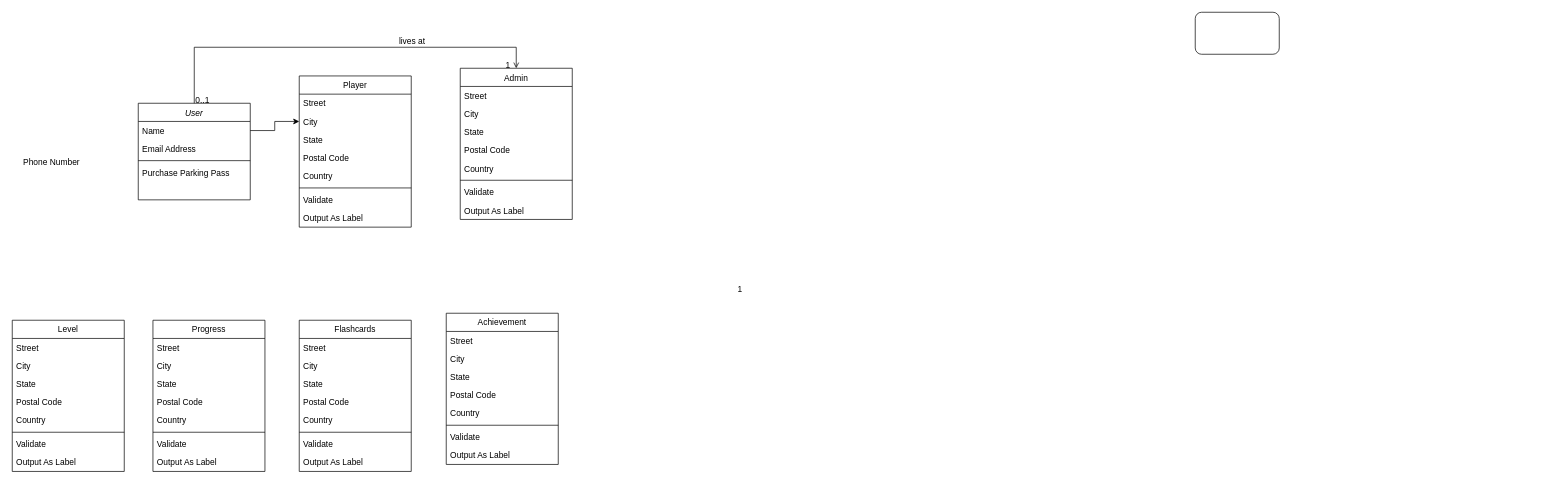
Before: HCIDiagrams.drawio in yzy21cs/Diagrams, a draw.io diagram. Source tidied: cells renumbered, new cells numbered last; positions are measured from the earlier drawing's top-left corner, leaving out a move shared by most shapes. Both pictures are drawn from the tidied source at 70%, with x=0, y=0 at pixel (12, 12).
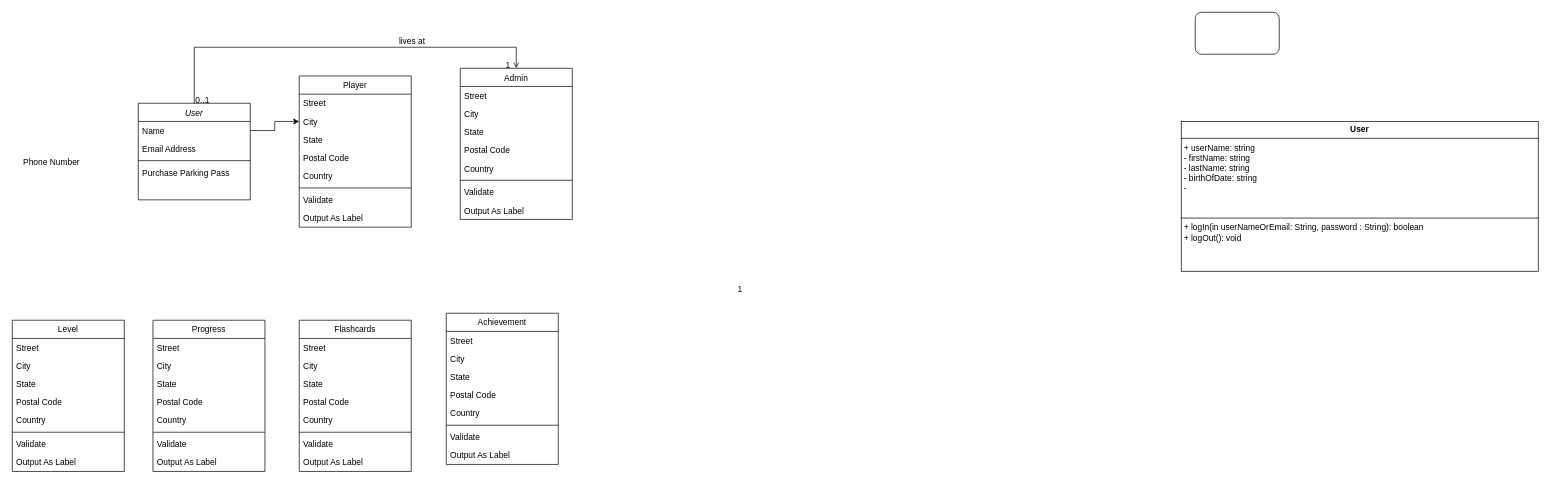
After the change.

Commit message:
User added yeey

The edit, as a diff of the source:
```diff
@@
+    <mxCell id="69" value="&lt;p style=&quot;margin:0px;margin-top:4px;text-align:center;&quot;&gt;&lt;b&gt;User&lt;/b&gt;&lt;/p&gt;&lt;hr size=&quot;1&quot; style=&quot;border-style:solid;&quot;&gt;&lt;p style=&quot;margin:0px;margin-left:4px;&quot;&gt;+ userName: string&lt;/p&gt;&lt;p style=&quot;margin:0px;margin-left:4px;&quot;&gt;- firstName: string&lt;/p&gt;&lt;p style=&quot;margin:0px;margin-left:4px;&quot;&gt;- lastName: string&lt;/p&gt;&lt;p style=&quot;margin:0px;margin-left:4px;&quot;&gt;- birthOfDate: string&lt;/p&gt;&lt;p style=&quot;margin:0px;margin-left:4px;&quot;&gt;-&amp;nbsp;&lt;/p&gt;&lt;p style=&quot;margin:0px;margin-left:4px;&quot;&gt;&lt;br&gt;&lt;/p&gt;&lt;p style=&quot;margin:0px;margin-left:4px;&quot;&gt;&lt;br&gt;&lt;/p&gt;&lt;hr size=&quot;1&quot; style=&quot;border-style:solid;&quot;&gt;&lt;p style=&quot;margin:0px;margin-left:4px;&quot;&gt;+ logIn(in userNameOrEmail: String, password : String): boolean&amp;nbsp;&lt;/p&gt;&lt;p style=&quot;margin:0px;margin-left:4px;&quot;&gt;+ logOut(): void&lt;/p&gt;" style="verticalAlign=top;align=left;overflow=fill;html=1;whiteSpace=wrap;" parent="1" vertex="1">
+      <mxGeometry x="1670" y="156" width="510" height="214" as="geometry" />
+    </mxCell>
```
